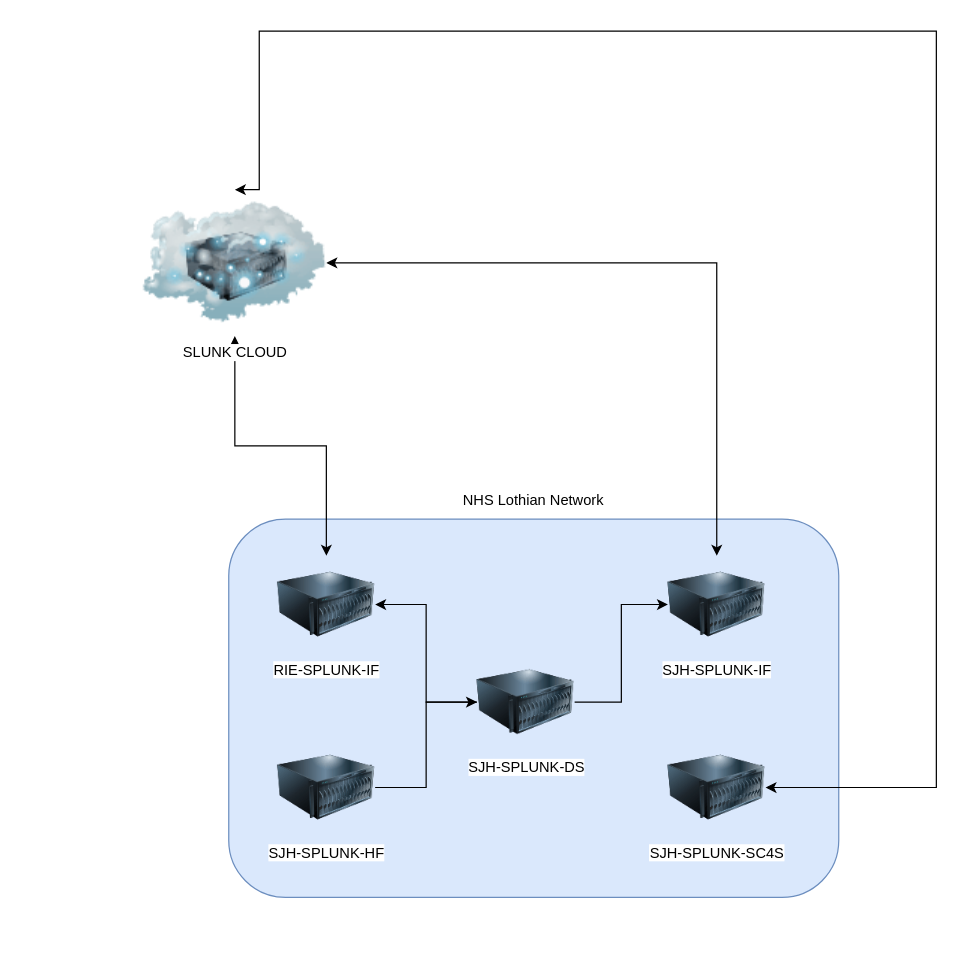
Earlier version of the draw.io diagram SplunkIntegration.drawio (auchmon/auchmon). Source tidied: cells renumbered, new cells numbered last; positions are measured from the earlier drawing's top-left corner, leaving out a move shared by most shapes. Both pictures are drawn from the tidied source at 122%, with x=0, y=0 at pixel (143, 30).
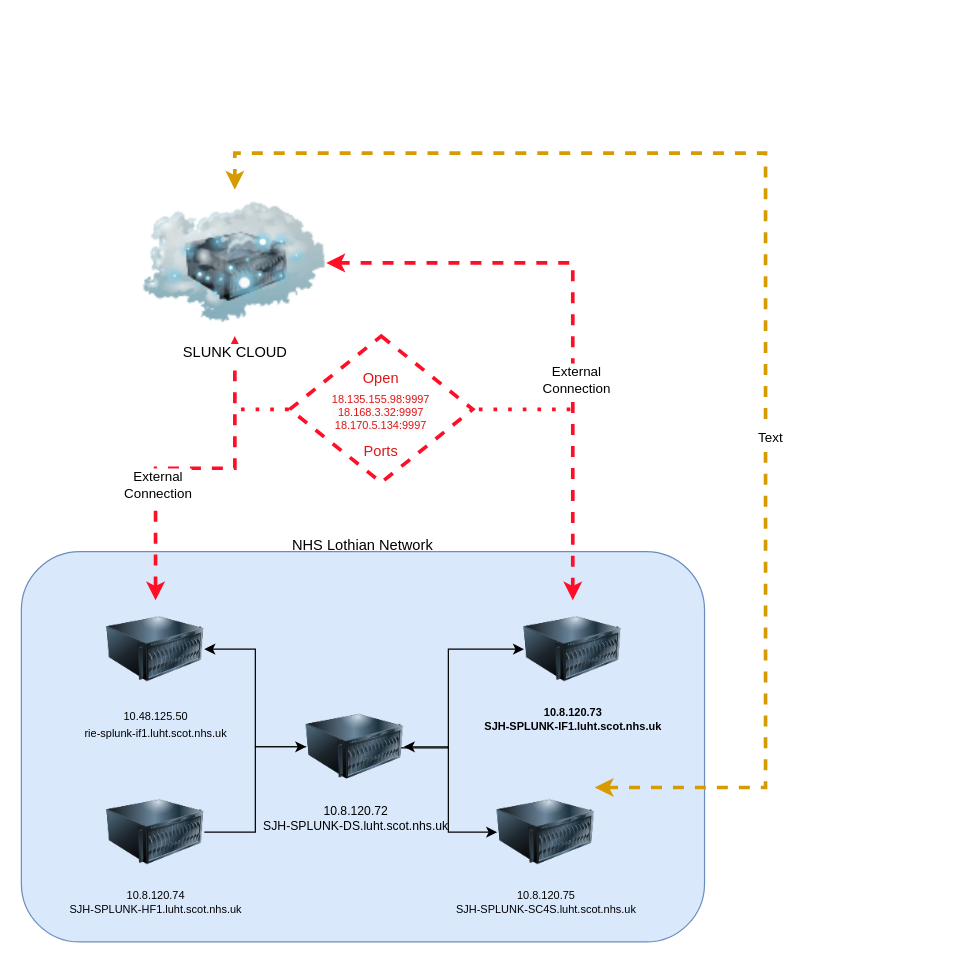
After the change.

The change refers to these unchanged cells:
```xml
<mxCell id="15" value="SLUNK CLOUD" style="image;html=1;image=img/lib/clip_art/networking/Cloud_Server_128x128.png;" parent="1" vertex="1">
  <mxGeometry y="130" width="150" height="120" as="geometry" />
</mxCell>
```

What changed in the source:
```diff
@@
     <mxCell id="2" style="group;" parent="1" vertex="1">
-      <mxGeometry x="70" y="370" width="500" height="340" as="geometry" />
+      <mxGeometry x="-70" y="406.6" width="530" height="340" as="geometry" />
     </mxCell>
     <mxCell id="3" style="rounded=1;whiteSpace=wrap;html=1;fillColor=#dae8fc;strokeColor=#6c8ebf;" parent="2" vertex="1">
-      <mxGeometry y="30" width="500" height="310" as="geometry" />
+      <mxGeometry x="-30" y="20" width="560" height="320" as="geometry" />
     </mxCell>
@@
-    <mxCell id="5" value="RIE-SPLUNK-IF" style="image;html=1;image=img/lib/clip_art/computers/Server_128x128.png;" parent="2" vertex="1">
+    <mxCell id="5" value="&lt;font style=&quot;font-size: 9px;&quot;&gt;10.48.125.50 &lt;br&gt;rie-splunk-if1.luht.scot.nhs.uk&lt;/font&gt;" style="image;html=1;image=img/lib/clip_art/computers/Server_128x128.png;labelBackgroundColor=none;" parent="2" vertex="1">
       <mxGeometry x="40" y="60" width="80" height="80" as="geometry" />
     </mxCell>
-    <mxCell id="6" value="SJH-SPLUNK-IF" style="image;html=1;image=img/lib/clip_art/computers/Server_128x128.png;" parent="2" vertex="1">
-      <mxGeometry x="360" y="60" width="80" height="80" as="geometry" />
+    <mxCell id="6" value="10.8.120.73 &lt;br style=&quot;font-size: 9px;&quot;&gt;SJH-SPLUNK-IF1.luht.scot.nhs.uk" style="image;html=1;image=img/lib/clip_art/computers/Server_128x128.png;labelBackgroundColor=none;fontSize=9;fontStyle=1;" parent="2" vertex="1">
+      <mxGeometry x="382" y="60" width="80" height="80" as="geometry" />
     </mxCell>
@@
-    <mxCell id="8" value="SJH-SPLUNK-HF" style="image;html=1;image=img/lib/clip_art/computers/Server_128x128.png;" parent="2" vertex="1">
+    <mxCell id="8" value="10.8.120.74 &lt;br style=&quot;font-size: 9px;&quot;&gt;SJH-SPLUNK-HF1.luht.scot.nhs.uk" style="image;html=1;image=img/lib/clip_art/computers/Server_128x128.png;fontSize=9;labelBackgroundColor=none;" parent="2" vertex="1">
       <mxGeometry x="40" y="210" width="80" height="80" as="geometry" />
     </mxCell>
+    <mxCell id="17" style="edgeStyle=orthogonalEdgeStyle;rounded=0;jettySize=auto;html=1;entryX=1;entryY=0.5;entryDx=0;entryDy=0;startArrow=classic;startFill=1;" parent="2" edge="1" source="9" target="12">
+      <mxGeometry relative="1" as="geometry">
+        <Array as="points">
+          <mxPoint x="320" y="250" />
+          <mxPoint x="320" y="180" />
+        </Array>
+      </mxGeometry>
+    </mxCell>
-    <mxCell id="9" value="SJH-SPLUNK-SC4S" style="image;html=1;image=img/lib/clip_art/computers/Server_128x128.png;" parent="2" vertex="1">
+    <mxCell id="9" value="10.8.120.75 &lt;br style=&quot;font-size: 9px;&quot;&gt;SJH-SPLUNK-SC4S.luht.scot.nhs.uk" style="image;html=1;image=img/lib/clip_art/computers/Server_128x128.png;labelBackgroundColor=none;fontSize=9;fontStyle=0;verticalAlign=top;" parent="2" vertex="1">
       <mxGeometry x="360" y="210" width="80" height="80" as="geometry" />
     </mxCell>
-    <mxCell id="10" style="edgeStyle=orthogonalEdgeStyle;rounded=0;jettySize=auto;html=1;" parent="2" edge="1" source="12" target="6">
-      <mxGeometry relative="1" as="geometry" />
+    <mxCell id="10" style="edgeStyle=orthogonalEdgeStyle;rounded=0;jettySize=auto;html=1;entryX=0;entryY=0.5;entryDx=0;entryDy=0;" parent="2" edge="1" target="6">
+      <mxGeometry relative="1" as="geometry">
+        <mxPoint x="223.5" y="180" as="sourcePoint" />
+        <Array as="points">
+          <mxPoint x="320" y="181" />
+          <mxPoint x="320" y="100" />
+        </Array>
+      </mxGeometry>
     </mxCell>
@@
-    <mxCell id="12" value="SJH-SPLUNK-DS" style="image;html=1;image=img/lib/clip_art/computers/Server_128x128.png;" parent="2" vertex="1">
+    <mxCell id="12" value="10.8.120.72 &lt;br style=&quot;font-size: 10px;&quot;&gt;SJH-SPLUNK-DS.luht.scot.nhs.uk" style="image;html=1;image=img/lib/clip_art/computers/Server_128x128.png;fontSize=10;labelBackgroundColor=none;labelBorderColor=none;fontStyle=0;" parent="2" vertex="1">
       <mxGeometry x="203.5" y="140" width="80" height="80" as="geometry" />
     </mxCell>
-    <mxCell id="13" style="edgeStyle=orthogonalEdgeStyle;rounded=0;jettySize=auto;html=1;startArrow=classic;startFill=1;" parent="1" edge="1" source="15" target="5">
+    <mxCell id="13" style="edgeStyle=orthogonalEdgeStyle;rounded=0;jettySize=auto;html=1;startArrow=classic;startFill=1;dashed=1;fillColor=#f8cecc;strokeColor=#ff0f27;strokeWidth=3;" parent="1" edge="1" source="15" target="5">
       <mxGeometry relative="1" as="geometry" />
     </mxCell>
+    <mxCell id="18" value="External&lt;br&gt;Connection" style="edgeLabel;html=1;align=center;verticalAlign=middle;" parent="13" vertex="1">
+      <mxGeometry x="0.32" y="1" relative="1" as="geometry" />
+    </mxCell>
-    <mxCell id="14" style="edgeStyle=orthogonalEdgeStyle;rounded=0;jettySize=auto;html=1;entryX=0.5;entryY=0;entryDx=0;entryDy=0;startArrow=classic;startFill=1;" parent="1" edge="1" source="15" target="6">
+    <mxCell id="14" style="edgeStyle=orthogonalEdgeStyle;rounded=0;jettySize=auto;html=1;entryX=0.5;entryY=0;entryDx=0;entryDy=0;startArrow=classic;startFill=1;dashed=1;strokeWidth=3;fillColor=#f8cecc;strokeColor=#ff0f27;" parent="1" edge="1" source="15" target="6">
       <mxGeometry relative="1" as="geometry" />
     </mxCell>
+    <mxCell id="19" value="External&lt;br&gt;Connection" style="edgeLabel;html=1;align=center;verticalAlign=middle;" parent="14" vertex="1">
+      <mxGeometry x="0.24" y="2" relative="1" as="geometry" />
+    </mxCell>
@@
-    <mxCell id="16" style="edgeStyle=orthogonalEdgeStyle;rounded=0;jettySize=auto;html=1;entryX=0.5;entryY=0;entryDx=0;entryDy=0;startArrow=classic;startFill=1;" parent="1" edge="1" source="9" target="15">
+    <mxCell id="16" style="edgeStyle=orthogonalEdgeStyle;rounded=0;jettySize=auto;html=1;entryX=0.5;entryY=0;entryDx=0;entryDy=0;startArrow=classic;startFill=1;fillColor=#ffe6cc;strokeColor=#d79b00;dashed=1;strokeWidth=3;" parent="1" edge="1" source="9" target="15">
       <mxGeometry relative="1" as="geometry">
         <Array as="points">
-          <mxPoint x="650" y="620" />
-          <mxPoint x="650" />
-          <mxPoint x="95" />
+          <mxPoint x="510" y="620" />
+          <mxPoint x="510" y="100" />
+          <mxPoint x="75" y="100" />
         </Array>
       </mxGeometry>
     </mxCell>
+    <mxCell id="20" value="Text" style="edgeLabel;html=1;align=center;verticalAlign=middle;" parent="16" vertex="1">
+      <mxGeometry x="-0.24" y="-3" relative="1" as="geometry" />
+    </mxCell>
+    <mxCell id="21" value="&lt;p class=&quot;MsoListParagraphCxSpFirst&quot;&gt;&lt;br&gt;&lt;br&gt;&lt;br&gt;&lt;/p&gt;" style="rhombus;whiteSpace=wrap;html=1;verticalAlign=top;fontColor=#df1616;strokeColor=#FF0F27;dashed=1;strokeWidth=3;" parent="1" vertex="1">
+      <mxGeometry x="120" y="250" width="150" height="120" as="geometry" />
+    </mxCell>
+    <mxCell id="22" value="&lt;div style=&quot;border-color: var(--border-color); font-family: Helvetica; font-size: 9px; font-style: normal; font-variant-ligatures: normal; font-variant-caps: normal; font-weight: 400; letter-spacing: normal; orphans: 2; text-indent: 0px; text-transform: none; widows: 2; word-spacing: 0px; -webkit-text-stroke-width: 0px; text-decoration-thickness: initial; text-decoration-style: initial; text-decoration-color: initial; background-color: rgb(251, 251, 251);&quot;&gt;&lt;span style=&quot;border-color: var(--border-color); background-color: initial; font-size: 9px;&quot;&gt;18.135.155.98:9997&lt;/span&gt;&lt;/div&gt;&lt;div style=&quot;border-color: var(--border-color); font-family: Helvetica; font-size: 9px; font-style: normal; font-variant-ligatures: normal; font-variant-caps: normal; font-weight: 400; letter-spacing: normal; orphans: 2; text-indent: 0px; text-transform: none; widows: 2; word-spacing: 0px; -webkit-text-stroke-width: 0px; text-decoration-thickness: initial; text-decoration-style: initial; text-decoration-color: initial; background-color: rgb(251, 251, 251);&quot;&gt;&lt;span style=&quot;border-color: var(--border-color); background-color: initial; font-size: 9px;&quot;&gt;18.168.3.32:9997&lt;/span&gt;&lt;/div&gt;&lt;span style=&quot;font-family: Helvetica; font-size: 9px; font-style: normal; font-variant-ligatures: normal; font-variant-caps: normal; font-weight: 400; letter-spacing: normal; orphans: 2; text-indent: 0px; text-transform: none; widows: 2; word-spacing: 0px; -webkit-text-stroke-width: 0px; background-color: rgb(251, 251, 251); text-decoration-thickness: initial; text-decoration-style: initial; text-decoration-color: initial; float: none; display: inline !important;&quot;&gt;18.170.5.134:9997&lt;/span&gt;" style="text;whiteSpace=wrap;html=1;fontSize=9;align=center;fontColor=#df1616;" parent="1" vertex="1">
+      <mxGeometry x="150" y="290" width="90" height="40" as="geometry" />
+    </mxCell>
+    <mxCell id="23" value="Open" style="text;html=1;strokeColor=none;fillColor=none;align=center;verticalAlign=middle;whiteSpace=wrap;rounded=0;fontColor=#df1616;" parent="1" vertex="1">
+      <mxGeometry x="165" y="270" width="60" height="30" as="geometry" />
+    </mxCell>
+    <mxCell id="24" value="Ports" style="text;html=1;strokeColor=none;fillColor=none;align=center;verticalAlign=middle;whiteSpace=wrap;rounded=0;fontColor=#df1616;" parent="1" vertex="1">
+      <mxGeometry x="165" y="330" width="60" height="30" as="geometry" />
+    </mxCell>
+    <mxCell id="25" style="endArrow=none;dashed=1;html=1;dashPattern=1 3;strokeWidth=3;rounded=0;entryX=1;entryY=0.5;entryDx=0;entryDy=0;strokeColor=#FF0F27;" parent="1" edge="1" target="21">
+      <mxGeometry relative="1" as="geometry">
+        <mxPoint x="350" y="310" as="sourcePoint" />
+      </mxGeometry>
+    </mxCell>
+    <mxCell id="26" style="endArrow=none;dashed=1;html=1;dashPattern=1 3;strokeWidth=3;rounded=0;entryX=0;entryY=0.5;entryDx=0;entryDy=0;strokeColor=#FF0F27;" parent="1" edge="1" target="21">
+      <mxGeometry relative="1" as="geometry">
+        <mxPoint x="80" y="310" as="sourcePoint" />
+      </mxGeometry>
+    </mxCell>
```
